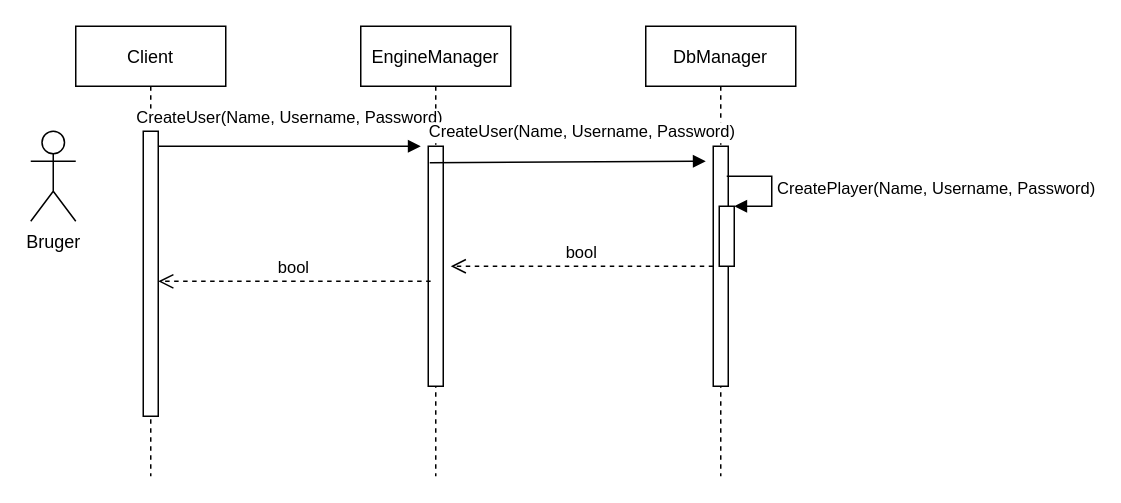
Olivervesth/KortKlubben keeps this draw.io diagram as Diagrammer/Filer/Sekvens/CreatePlayer SD.drawio. Above is the earlier version. Source tidied: cells renumbered, new cells numbered last; positions are measured from the earlier drawing's top-left corner, leaving out a move shared by most shapes. Both pictures are drawn from the tidied source at 150%, with x=0, y=0 at pixel (30, 26).
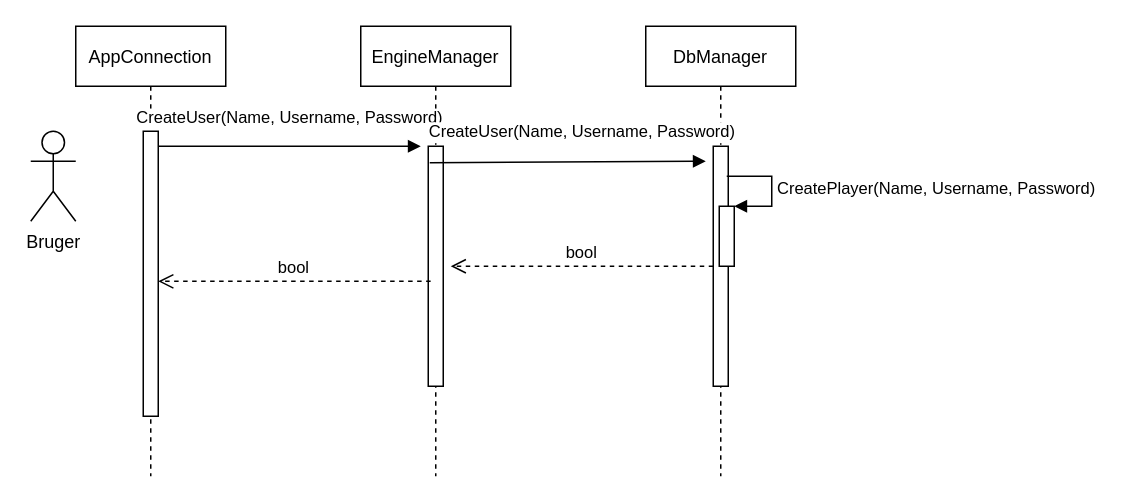
After the change.

The edit, as a diff of the source:
```diff
@@
 <mxGraphModel>
   <root>
     <mxCell id="0" />
     <mxCell id="1" parent="0" />
-    <mxCell id="2" value="Client" style="shape=umlLifeline;perimeter=lifelinePerimeter;rounded=0;shadow=0;strokeWidth=1;" parent="1" vertex="1">
+    <mxCell id="2" value="AppConnection" style="shape=umlLifeline;perimeter=lifelinePerimeter;rounded=0;shadow=0;strokeWidth=1;" parent="1" vertex="1">
       <mxGeometry x="30" width="100" height="300" as="geometry" />
     </mxCell>
     <mxCell id="3" style="points=[];perimeter=orthogonalPerimeter;rounded=0;shadow=0;strokeWidth=1;" parent="2" vertex="1">
       <mxGeometry x="45" y="70" width="10" height="190" as="geometry" />
     </mxCell>
     <mxCell id="4" value="EngineManager" style="shape=umlLifeline;perimeter=lifelinePerimeter;rounded=0;shadow=0;strokeWidth=1;" parent="1" vertex="1">
       <mxGeometry x="220" width="100" height="300" as="geometry" />
     </mxCell>
     <mxCell id="5" style="points=[];perimeter=orthogonalPerimeter;rounded=0;shadow=0;strokeWidth=1;" parent="4" vertex="1">
       <mxGeometry x="45" y="80" width="10" height="160" as="geometry" />
     </mxCell>
     <mxCell id="6" value="bool" style="verticalAlign=bottom;endArrow=open;dashed=1;endSize=8;shadow=0;strokeWidth=1;exitX=0.159;exitY=0.563;exitDx=0;exitDy=0;exitPerimeter=0;" parent="1" edge="1" source="5" target="3">
       <mxGeometry relative="1" as="geometry" />
     </mxCell>
     <mxCell id="7" value="CreateUser(Name, Username, Password)" style="verticalAlign=bottom;endArrow=block;shadow=0;strokeWidth=1;" parent="1" edge="1" source="3">
       <mxGeometry y="10" relative="1" as="geometry">
         <mxPoint x="260" y="80" as="targetPoint" />
       </mxGeometry>
     </mxCell>
     <mxCell id="8" value="DbManager" style="shape=umlLifeline;perimeter=lifelinePerimeter;rounded=0;shadow=0;strokeWidth=1;" parent="1" vertex="1">
       <mxGeometry x="410" width="100" height="300" as="geometry" />
     </mxCell>
     <mxCell id="9" style="points=[];perimeter=orthogonalPerimeter;rounded=0;shadow=0;strokeWidth=1;" parent="8" vertex="1">
       <mxGeometry x="45" y="80" width="10" height="160" as="geometry" />
     </mxCell>
     <mxCell id="10" style="html=1;points=[];perimeter=orthogonalPerimeter;" parent="8" vertex="1">
       <mxGeometry x="49" y="120" width="10" height="40" as="geometry" />
     </mxCell>
     <mxCell id="11" value="CreatePlayer(Name, Username, Password)" style="edgeStyle=orthogonalEdgeStyle;html=1;align=left;spacingLeft=2;endArrow=block;rounded=0;entryX=1;entryY=0;" parent="8" edge="1" target="10">
       <mxGeometry relative="1" as="geometry">
         <mxPoint x="54" y="100" as="sourcePoint" />
         <Array as="points">
           <mxPoint x="84" y="100" />
         </Array>
       </mxGeometry>
     </mxCell>
     <mxCell id="12" value="Bruger" style="shape=umlActor;verticalLabelPosition=bottom;verticalAlign=top;html=1;" parent="1" vertex="1">
       <mxGeometry y="70" width="30" height="60" as="geometry" />
     </mxCell>
     <mxCell id="13" value="CreateUser(Name, Username, Password)" style="verticalAlign=bottom;endArrow=block;shadow=0;strokeWidth=1;" parent="1" edge="1">
       <mxGeometry x="0.11" y="11" relative="1" as="geometry">
         <mxPoint x="266" y="91" as="sourcePoint" />
         <mxPoint x="450" y="90" as="targetPoint" />
       </mxGeometry>
     </mxCell>
     <mxCell id="14" value="bool" style="html=1;verticalAlign=bottom;endArrow=open;dashed=1;endSize=8;rounded=0;" parent="1" edge="1" source="9">
       <mxGeometry relative="1" as="geometry">
         <mxPoint x="280" y="160" as="targetPoint" />
       </mxGeometry>
     </mxCell>
   </root>
 </mxGraphModel>
```
